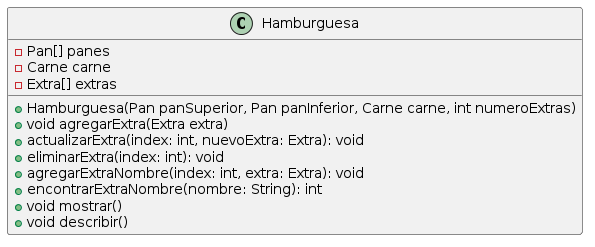
Ingenieria-Informatica-UNEATLANTICO/23-24-eda1-examen-extraordinario-BrendaLopes keeps this PlantUML diagram as images/Hamburguesa.png. Above is the earlier version.
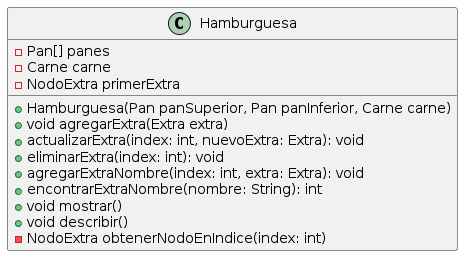
After the commit.

Commit message:
hamburguesa actualizada

The edit, as a diff of the source:
```diff
@@ -2,8 +2,8 @@
 class Hamburguesa {
     -Pan[] panes
     -Carne carne
-    -Extra[] extras
-    +Hamburguesa(Pan panSuperior, Pan panInferior, Carne carne, int numeroExtras)
+    -NodoExtra primerExtra
+    +Hamburguesa(Pan panSuperior, Pan panInferior, Carne carne)
     +void agregarExtra(Extra extra)
     + actualizarExtra(index: int, nuevoExtra: Extra): void
     + eliminarExtra(index: int): void
@@ -11,5 +11,6 @@
     + encontrarExtraNombre(nombre: String): int
     +void mostrar()
     +void describir()
+    -NodoExtra obtenerNodoEnIndice(index: int)
 }
 @enduml
```
